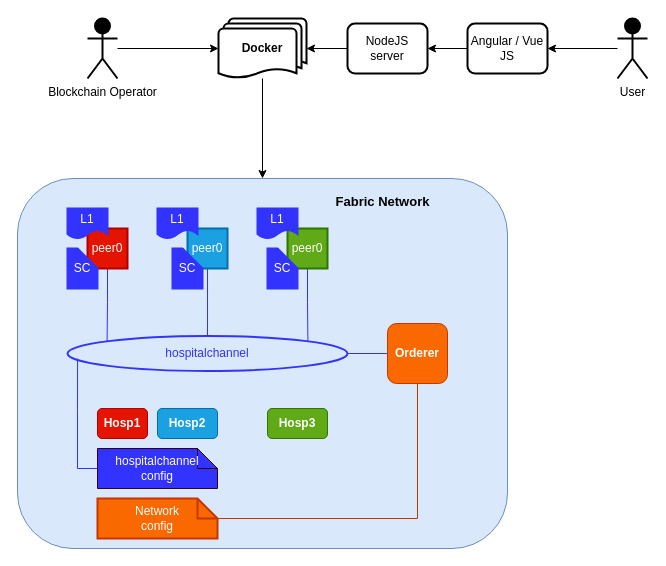
Above: docs/Architecture_v2.drawio in kshitijyelpale/blockchain-hyperledger-fabric-electronic-patient-records (draw.io), before the change. Source tidied: cells renumbered, new cells numbered last; positions are measured from the earlier drawing's top-left corner, leaving out a move shared by most shapes. Both pictures are drawn from the tidied source at 100%, with x=0, y=0 at pixel (17, 18).
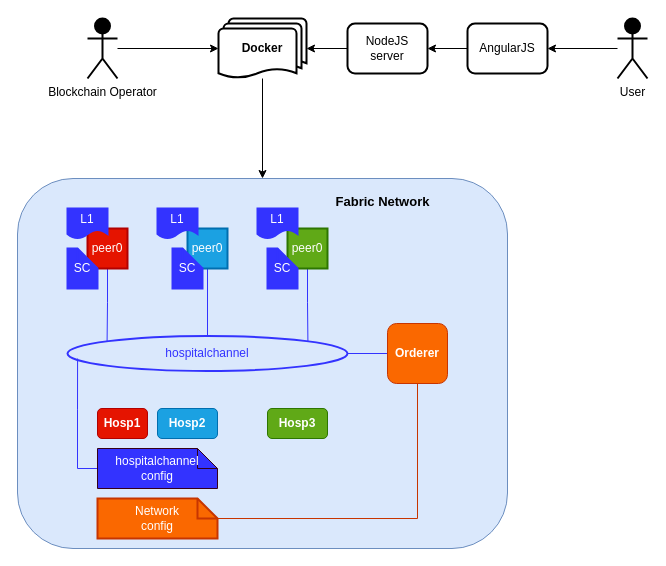
Above is the later version.

What changed in the source:
```diff
@@
-    <mxCell id="32" value="Angular / Vue JS" style="rounded=1;whiteSpace=wrap;html=1;strokeColor=#000000;strokeWidth=2;fillColor=#FFFFFF;" parent="1" vertex="1">
+    <mxCell id="32" value="AngularJS" style="rounded=1;whiteSpace=wrap;html=1;strokeColor=#000000;strokeWidth=2;fillColor=#FFFFFF;" parent="1" vertex="1">
       <mxGeometry x="450" y="5" width="80" height="50" as="geometry" />
     </mxCell>
```
